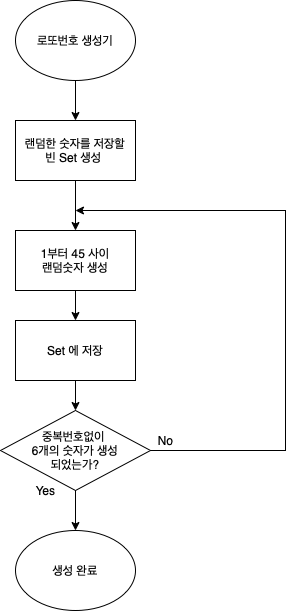
Before: Lotto_Flowchart.png, a diagram exported from draw.io (yagom-academy/swift-starter-Round2). Source tidied: cells renumbered, new cells last; positions are measured from the earlier drawing's top-left corner, leaving out a move shared by most shapes.
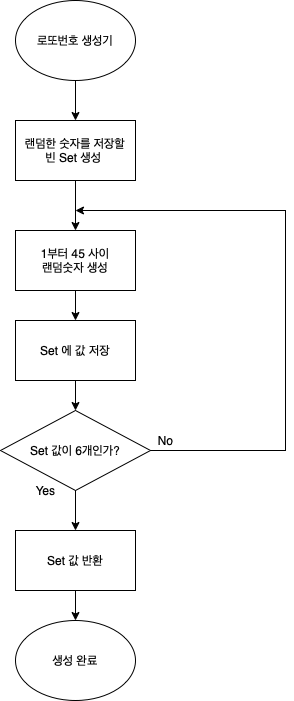
The same diagram one commit later.

Commit message:
flowchart 반환값 추가

What changed in the source:
```diff
@@ -23,10 +23,10 @@
         </Array>
       </mxGeometry>
     </mxCell>
-    <mxCell id="7" style="edgeStyle=orthogonalEdgeStyle;rounded=0;jettySize=auto;html=1;" parent="1" edge="1" source="8" target="11">
-      <mxGeometry relative="1" as="geometry" />
-    </mxCell>
+    <mxCell id="16" style="edgeStyle=orthogonalEdgeStyle;rounded=0;jettySize=auto;html=1;entryX=0.5;entryY=0;entryDx=0;entryDy=0;" parent="1" edge="1" source="8" target="18">
+      <mxGeometry relative="1" as="geometry" />
+    </mxCell>
-    <mxCell id="8" value="중복번호없이&amp;nbsp;&lt;br&gt;6개의 숫자가 생성&lt;br&gt;되었는가?" style="rhombus;whiteSpace=wrap;html=1;" parent="1" vertex="1">
+    <mxCell id="8" value="Set 값이 6개인가?" style="rhombus;whiteSpace=wrap;html=1;" parent="1" vertex="1">
       <mxGeometry y="410" width="150" height="80" as="geometry" />
     </mxCell>
     <mxCell id="9" value="No" style="text;html=1;align=center;verticalAlign=middle;strokeColor=none;fillColor=none;" parent="1" vertex="1">
@@ -36,7 +36,7 @@
       <mxGeometry x="25" y="480" width="40" height="20" as="geometry" />
     </mxCell>
     <mxCell id="11" value="생성 완료" style="ellipse;whiteSpace=wrap;html=1;" parent="1" vertex="1">
-      <mxGeometry x="15" y="530" width="120" height="80" as="geometry" />
+      <mxGeometry x="15" y="620" width="120" height="80" as="geometry" />
     </mxCell>
     <mxCell id="12" style="edgeStyle=orthogonalEdgeStyle;rounded=0;jettySize=auto;html=1;entryX=0.5;entryY=0;entryDx=0;entryDy=0;" parent="1" edge="1" source="13" target="5">
       <mxGeometry relative="1" as="geometry" />
@@ -47,8 +47,14 @@
     <mxCell id="14" style="edgeStyle=orthogonalEdgeStyle;rounded=0;jettySize=auto;html=1;" parent="1" edge="1" source="15" target="8">
       <mxGeometry relative="1" as="geometry" />
     </mxCell>
-    <mxCell id="15" value="&lt;span style=&quot;white-space: pre&quot;&gt;Set 에 저장&lt;/span&gt;" style="rounded=0;whiteSpace=wrap;html=1;" parent="1" vertex="1">
+    <mxCell id="15" value="&lt;span style=&quot;white-space: pre&quot;&gt;Set 에 값 저장&lt;/span&gt;" style="rounded=0;whiteSpace=wrap;html=1;" parent="1" vertex="1">
       <mxGeometry x="15" y="320" width="120" height="60" as="geometry" />
     </mxCell>
+    <mxCell id="17" style="edgeStyle=orthogonalEdgeStyle;rounded=0;jettySize=auto;html=1;entryX=0.5;entryY=0;entryDx=0;entryDy=0;" parent="1" edge="1" source="18" target="11">
+      <mxGeometry relative="1" as="geometry" />
+    </mxCell>
+    <mxCell id="18" value="&lt;span style=&quot;white-space: pre&quot;&gt;Set 값 반환&lt;/span&gt;" style="rounded=0;whiteSpace=wrap;html=1;" parent="1" vertex="1">
+      <mxGeometry x="15" y="530" width="120" height="60" as="geometry" />
+    </mxCell>
   </root>
 </mxGraphModel>
```
